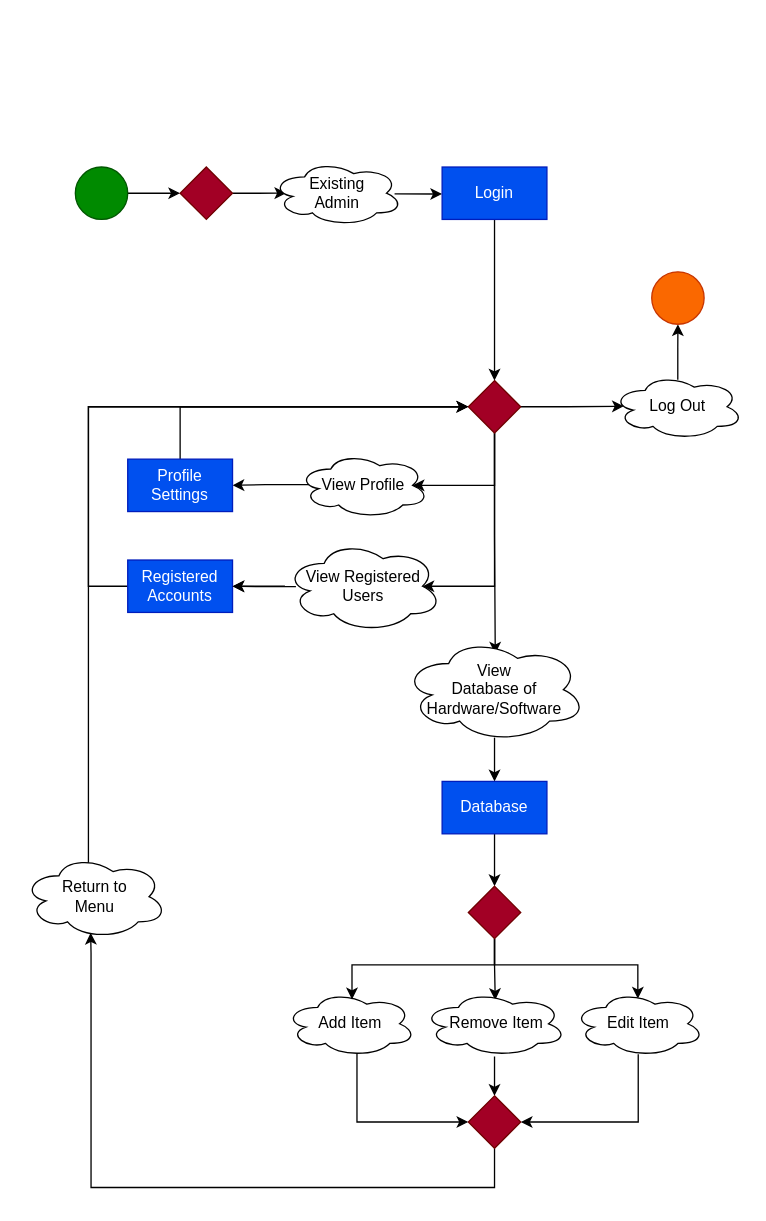
Above: Diagrams/DataFlowDiagram_User.drawio in FJayCee/Capstone-DMIS-Project (draw.io), before the change. Source tidied: cells renumbered, new cells numbered last; positions are measured from the earlier drawing's top-left corner, leaving out a move shared by most shapes. Both pictures are drawn from the tidied source at 131%, with x=0, y=0 at pixel (22, 160).
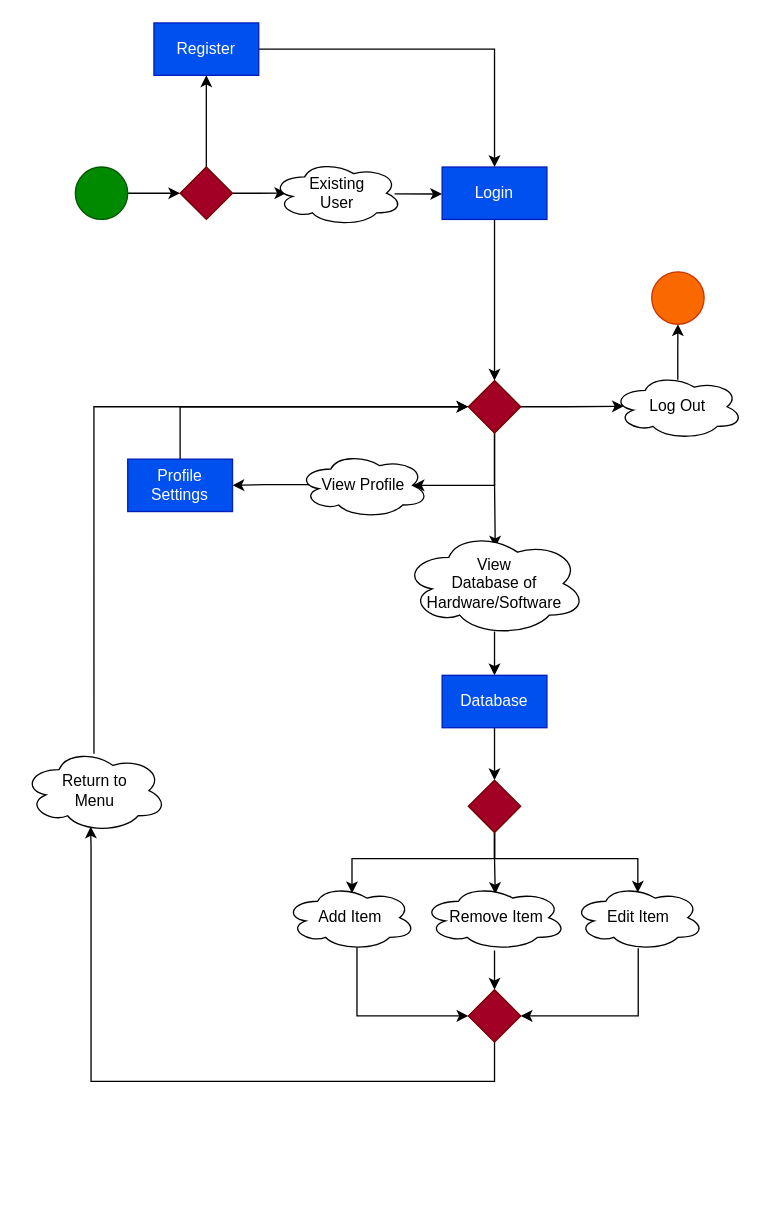
Above is the later version.

Commit message (it also covers changes not shown here):
fixed user DFD

The change refers to these unchanged cells:
```xml
<mxCell id="5" style="rhombus;whiteSpace=wrap;html=1;fillColor=#a20025;fontColor=#ffffff;strokeColor=#6F0000;" parent="1" vertex="1">
  <mxGeometry x="120" y="5" width="40" height="40" as="geometry" />
</mxCell>
<mxCell id="9" value="Login" style="rounded=0;whiteSpace=wrap;html=1;fillColor=#0050ef;fontColor=#ffffff;strokeColor=#001DBC;" parent="1" vertex="1">
  <mxGeometry x="320" y="5" width="80" height="40" as="geometry" />
</mxCell>
<mxCell id="14" style="rhombus;whiteSpace=wrap;html=1;fillColor=#a20025;strokeColor=#6F0000;fontColor=#ffffff;" parent="1" vertex="1">
  <mxGeometry x="340" y="168" width="40" height="40" as="geometry" />
</mxCell>
```

Diff of the diagram source:
```diff
@@
+    <mxCell id="45" style="edgeStyle=orthogonalEdgeStyle;rounded=0;jettySize=auto;html=1;exitX=0.5;exitY=0;exitDx=0;exitDy=0;entryX=0.5;entryY=1;entryDx=0;entryDy=0;" parent="1" edge="1" source="5" target="47">
+      <mxGeometry relative="1" as="geometry" />
+    </mxCell>
@@
-    <mxCell id="7" value="Existing &lt;br&gt;Admin" style="ellipse;shape=cloud;whiteSpace=wrap;html=1;" parent="1" vertex="1">
+    <mxCell id="7" value="Existing &lt;br&gt;User" style="ellipse;shape=cloud;whiteSpace=wrap;html=1;" parent="1" vertex="1">
       <mxGeometry x="190" width="100" height="50" as="geometry" />
     </mxCell>
@@
-    <mxCell id="12" style="edgeStyle=orthogonalEdgeStyle;rounded=0;jettySize=auto;html=1;entryX=0.875;entryY=0.5;entryDx=0;entryDy=0;entryPerimeter=0;" parent="1" edge="1" source="14" target="41">
-      <mxGeometry relative="1" as="geometry">
-        <Array as="points">
-          <mxPoint x="360" y="325" />
-        </Array>
-      </mxGeometry>
-    </mxCell>
@@
     <mxCell id="20" value="View &lt;br&gt;Database of Hardware/Software" style="ellipse;shape=cloud;whiteSpace=wrap;html=1;" parent="1" vertex="1">
-      <mxGeometry x="290" y="364" width="140" height="80" as="geometry" />
+      <mxGeometry x="290" y="283" width="140" height="80" as="geometry" />
     </mxCell>
@@
     <mxCell id="22" value="Database" style="rounded=0;whiteSpace=wrap;html=1;fillColor=#0050ef;fontColor=#ffffff;strokeColor=#001DBC;" parent="1" vertex="1">
-      <mxGeometry x="320" y="474" width="80" height="40" as="geometry" />
+      <mxGeometry x="320" y="393" width="80" height="40" as="geometry" />
     </mxCell>
     <mxCell id="23" style="edgeStyle=orthogonalEdgeStyle;rounded=0;jettySize=auto;html=1;entryX=0;entryY=0.5;entryDx=0;entryDy=0;exitX=0.55;exitY=0.95;exitDx=0;exitDy=0;exitPerimeter=0;" parent="1" edge="1" source="24" target="34">
       <mxGeometry relative="1" as="geometry">
         <Array as="points">
-          <mxPoint x="255" y="734" />
+          <mxPoint x="255" y="653" />
         </Array>
       </mxGeometry>
     </mxCell>
     <mxCell id="24" value="Add Item" style="ellipse;shape=cloud;whiteSpace=wrap;html=1;" parent="1" vertex="1">
-      <mxGeometry x="200" y="634" width="100" height="50" as="geometry" />
+      <mxGeometry x="200" y="553" width="100" height="50" as="geometry" />
     </mxCell>
     <mxCell id="25" style="edgeStyle=orthogonalEdgeStyle;rounded=0;jettySize=auto;html=1;exitX=0.5;exitY=1;exitDx=0;exitDy=0;entryX=0.512;entryY=0.128;entryDx=0;entryDy=0;entryPerimeter=0;" parent="1" edge="1" source="28" target="24">
       <mxGeometry relative="1" as="geometry">
         <Array as="points">
-          <mxPoint x="360" y="614" />
-          <mxPoint x="251" y="614" />
+          <mxPoint x="360" y="533" />
+          <mxPoint x="251" y="533" />
         </Array>
       </mxGeometry>
     </mxCell>
@@
     <mxCell id="28" style="rhombus;whiteSpace=wrap;html=1;fillColor=#a20025;strokeColor=#6F0000;fontColor=#ffffff;" parent="1" vertex="1">
-      <mxGeometry x="340" y="554" width="40" height="40" as="geometry" />
+      <mxGeometry x="340" y="473" width="40" height="40" as="geometry" />
     </mxCell>
@@
     <mxCell id="30" value="&amp;nbsp;Remove Item" style="ellipse;shape=cloud;whiteSpace=wrap;html=1;" parent="1" vertex="1">
-      <mxGeometry x="305" y="634" width="110" height="50" as="geometry" />
+      <mxGeometry x="305" y="553" width="110" height="50" as="geometry" />
     </mxCell>
     <mxCell id="31" style="edgeStyle=orthogonalEdgeStyle;rounded=0;jettySize=auto;html=1;entryX=1;entryY=0.5;entryDx=0;entryDy=0;exitX=0.497;exitY=0.967;exitDx=0;exitDy=0;exitPerimeter=0;" parent="1" edge="1" source="32" target="34">
       <mxGeometry relative="1" as="geometry">
         <Array as="points">
-          <mxPoint x="470" y="734" />
+          <mxPoint x="470" y="653" />
         </Array>
       </mxGeometry>
     </mxCell>
     <mxCell id="32" value="Edit Item" style="ellipse;shape=cloud;whiteSpace=wrap;html=1;" parent="1" vertex="1">
-      <mxGeometry x="420" y="634" width="100" height="50" as="geometry" />
+      <mxGeometry x="420" y="553" width="100" height="50" as="geometry" />
     </mxCell>
     <mxCell id="33" style="edgeStyle=orthogonalEdgeStyle;rounded=0;jettySize=auto;html=1;entryX=0.47;entryY=0.93;entryDx=0;entryDy=0;entryPerimeter=0;" parent="1" edge="1" source="34" target="44">
       <mxGeometry relative="1" as="geometry">
         <Array as="points">
-          <mxPoint x="360" y="784" />
-          <mxPoint x="52" y="784" />
-          <mxPoint x="52" y="605" />
+          <mxPoint x="360" y="703" />
+          <mxPoint x="52" y="703" />
+          <mxPoint x="52" y="524" />
         </Array>
       </mxGeometry>
     </mxCell>
     <mxCell id="34" style="rhombus;whiteSpace=wrap;html=1;fillColor=#a20025;strokeColor=#6F0000;fontColor=#ffffff;" parent="1" vertex="1">
-      <mxGeometry x="340" y="714" width="40" height="40" as="geometry" />
+      <mxGeometry x="340" y="633" width="40" height="40" as="geometry" />
     </mxCell>
@@
-    <mxCell id="38" style="edgeStyle=orthogonalEdgeStyle;rounded=0;jettySize=auto;html=1;entryX=0;entryY=0.5;entryDx=0;entryDy=0;" parent="1" edge="1" source="39" target="14">
-      <mxGeometry relative="1" as="geometry">
-        <Array as="points">
-          <mxPoint x="50" y="325" />
-          <mxPoint x="50" y="188" />
-        </Array>
-      </mxGeometry>
-    </mxCell>
-    <mxCell id="39" value="Registered Accounts" style="rounded=0;whiteSpace=wrap;html=1;fillColor=#0050ef;fontColor=#ffffff;strokeColor=#001DBC;" parent="1" vertex="1">
-      <mxGeometry x="80" y="305" width="80" height="40" as="geometry" />
-    </mxCell>
-    <mxCell id="40" style="edgeStyle=orthogonalEdgeStyle;rounded=0;jettySize=auto;html=1;entryX=1;entryY=0.5;entryDx=0;entryDy=0;" parent="1" edge="1" source="41" target="39">
-      <mxGeometry relative="1" as="geometry" />
-    </mxCell>
-    <mxCell id="41" value="View Registered Users" style="ellipse;shape=cloud;whiteSpace=wrap;html=1;" parent="1" vertex="1">
-      <mxGeometry x="200" y="290" width="120" height="70" as="geometry" />
-    </mxCell>
-    <mxCell id="42" style="edgeStyle=orthogonalEdgeStyle;rounded=0;jettySize=auto;html=1;entryX=1;entryY=0.5;entryDx=0;entryDy=0;exitX=0.07;exitY=0.504;exitDx=0;exitDy=0;exitPerimeter=0;" parent="1" edge="1" source="41" target="39">
-      <mxGeometry relative="1" as="geometry" />
-    </mxCell>
-    <mxCell id="43" style="edgeStyle=orthogonalEdgeStyle;rounded=0;jettySize=auto;html=1;exitX=0.4;exitY=0.1;exitDx=0;exitDy=0;exitPerimeter=0;entryX=0;entryY=0.5;entryDx=0;entryDy=0;" parent="1" edge="1" source="44" target="14">
+    <mxCell id="43" style="edgeStyle=orthogonalEdgeStyle;rounded=0;jettySize=auto;html=1;entryX=0;entryY=0.5;entryDx=0;entryDy=0;exitX=0.493;exitY=0.06;exitDx=0;exitDy=0;exitPerimeter=0;" parent="1" edge="1" source="44" target="14">
       <mxGeometry relative="1" as="geometry">
         <Array as="points">
-          <mxPoint x="50" y="536" />
-          <mxPoint x="50" y="188" />
+          <mxPoint x="54" y="188" />
         </Array>
       </mxGeometry>
     </mxCell>
     <mxCell id="44" value="Return to &lt;br&gt;Menu" style="ellipse;shape=cloud;whiteSpace=wrap;html=1;" parent="1" vertex="1">
-      <mxGeometry y="530" width="110" height="64" as="geometry" />
+      <mxGeometry y="449" width="110" height="64" as="geometry" />
     </mxCell>
+    <mxCell id="46" style="edgeStyle=orthogonalEdgeStyle;rounded=0;jettySize=auto;html=1;exitX=1;exitY=0.5;exitDx=0;exitDy=0;entryX=0.5;entryY=0;entryDx=0;entryDy=0;" parent="1" edge="1" source="47" target="9">
+      <mxGeometry relative="1" as="geometry" />
+    </mxCell>
+    <mxCell id="47" value="Register" style="rounded=0;whiteSpace=wrap;html=1;fillColor=#0050ef;fontColor=#ffffff;strokeColor=#001DBC;" parent="1" vertex="1">
+      <mxGeometry x="100" y="-105" width="80" height="40" as="geometry" />
+    </mxCell>
```
